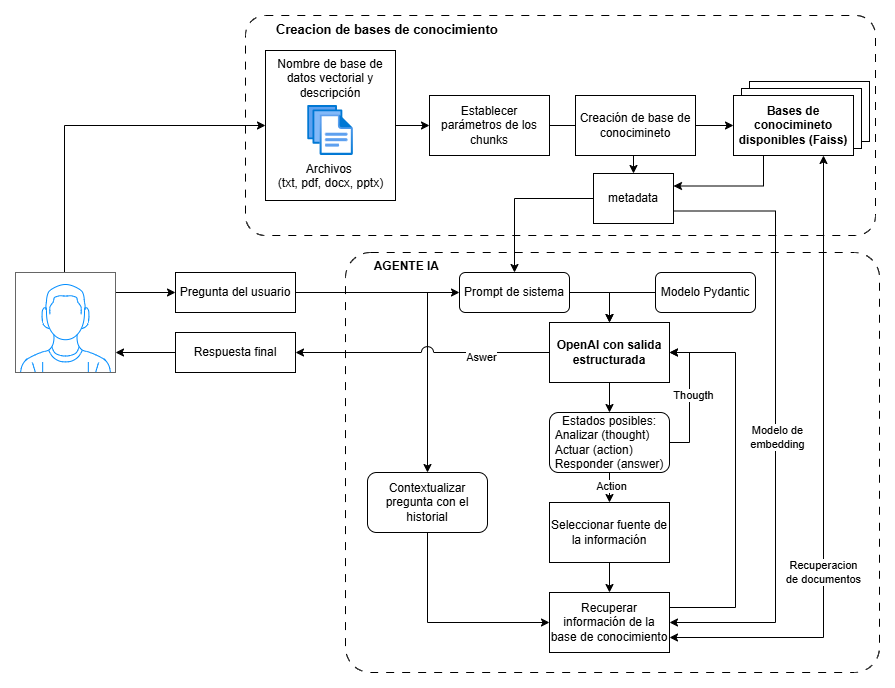
Juaniribet/NLP_II_MIA_FIUBA keeps this draw.io diagram as images/Diagrama_TP_NLPII.drawio.png. Above is the earlier version. Source tidied: cells renumbered, new cells last; positions are measured from the earlier drawing's top-left corner, leaving out a move shared by most shapes.
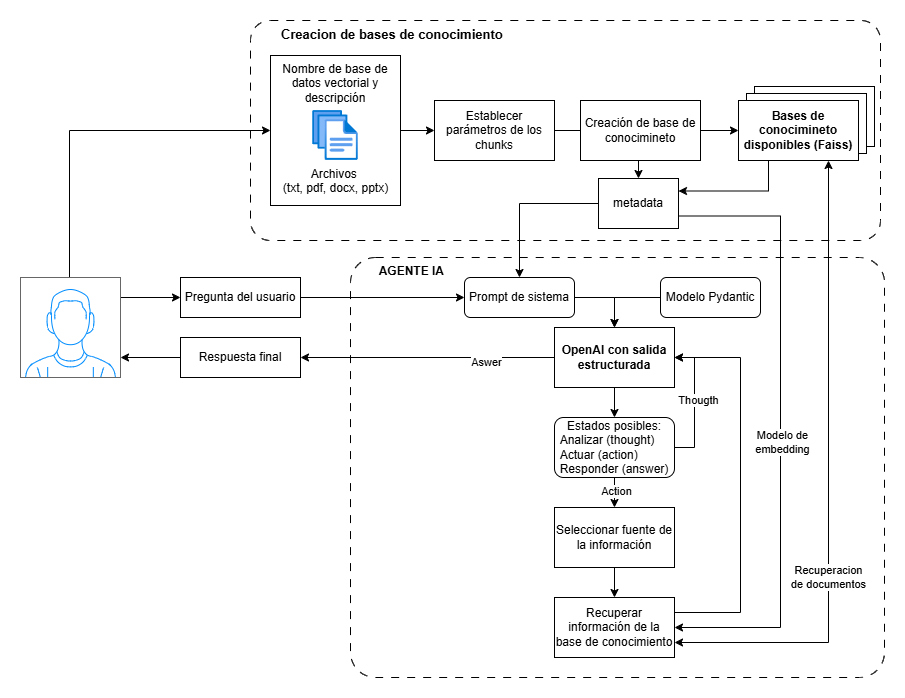
The same file after the commit.

Diff of the diagram source:
```diff
@@ -68,9 +68,6 @@
     <mxCell id="20" style="edgeStyle=orthogonalEdgeStyle;rounded=0;jettySize=auto;html=1;entryX=0;entryY=0.5;entryDx=0;entryDy=0;" parent="1" edge="1" source="22" target="41">
       <mxGeometry relative="1" as="geometry" />
     </mxCell>
-    <mxCell id="21" style="edgeStyle=orthogonalEdgeStyle;rounded=0;jettySize=auto;html=1;entryX=0.5;entryY=0;entryDx=0;entryDy=0;jumpStyle=arc;" parent="1" edge="1" source="22" target="33">
-      <mxGeometry relative="1" as="geometry" />
-    </mxCell>
     <mxCell id="22" value="Pregunta del usuario" style="rounded=0;whiteSpace=wrap;html=1;" parent="1" vertex="1">
       <mxGeometry x="160" y="257" width="120" height="40" as="geometry" />
     </mxCell>
@@ -106,12 +103,6 @@
     <mxCell id="31" value="&lt;span id=&quot;docs-internal-guid-140d61fb-7fff-6d55-c443-139970717f91&quot;&gt;&lt;span style=&quot;font-size: 9pt; font-family: Arial, sans-serif; font-variant-numeric: normal; font-variant-east-asian: normal; font-variant-alternates: normal; font-variant-position: normal; font-variant-emoji: normal; vertical-align: baseline; white-space-collapse: preserve;&quot;&gt;Recuperar información de la base de conocimiento&lt;/span&gt;&lt;/span&gt;" style="whiteSpace=wrap;html=1;rounded=0;" parent="1" vertex="1">
       <mxGeometry x="534" y="577" width="120" height="60" as="geometry" />
     </mxCell>
-    <mxCell id="32" style="edgeStyle=orthogonalEdgeStyle;rounded=0;jettySize=auto;html=1;entryX=0;entryY=0.5;entryDx=0;entryDy=0;exitX=0.5;exitY=1;exitDx=0;exitDy=0;" parent="1" edge="1" source="33" target="31">
-      <mxGeometry relative="1" as="geometry" />
-    </mxCell>
-    <mxCell id="33" value="Contextualizar pregunta con el historial" style="rounded=1;whiteSpace=wrap;html=1;" parent="1" vertex="1">
-      <mxGeometry x="352" y="457" width="120" height="60" as="geometry" />
-    </mxCell>
     <mxCell id="34" style="edgeStyle=orthogonalEdgeStyle;rounded=0;jettySize=auto;html=1;" parent="1" edge="1" source="37" target="27">
       <mxGeometry relative="1" as="geometry" />
     </mxCell>
```
